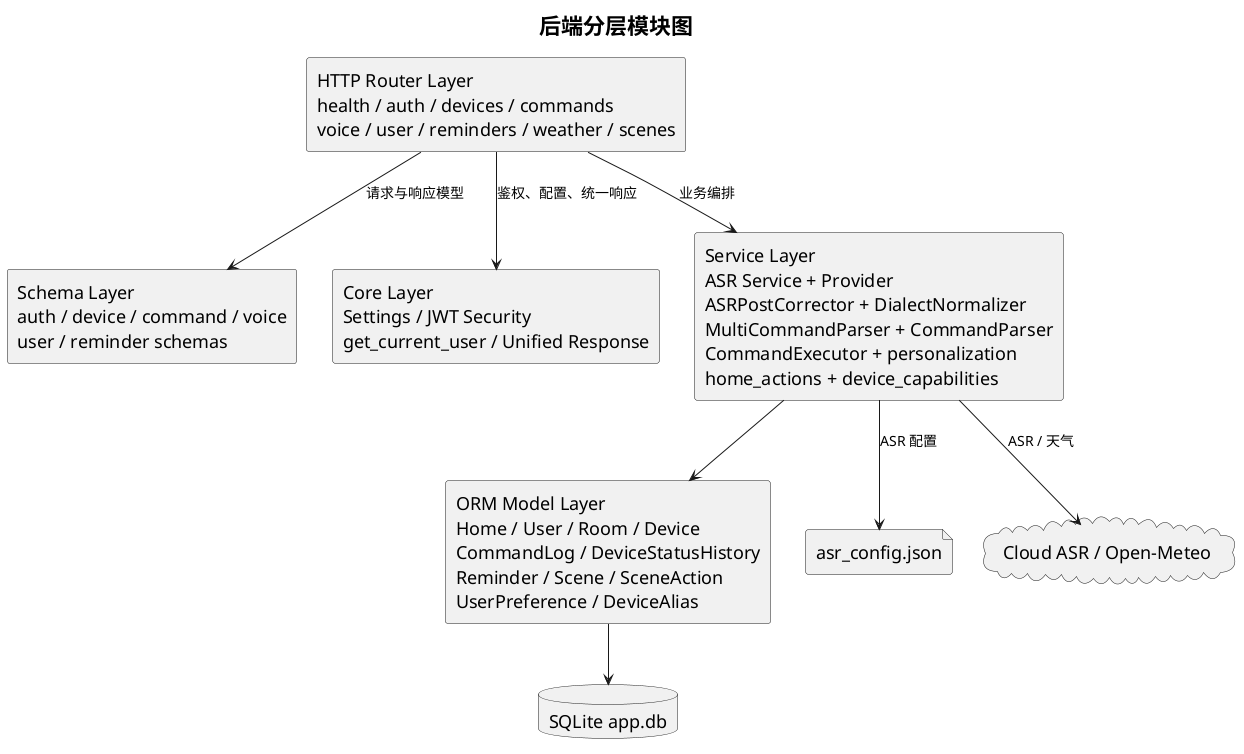
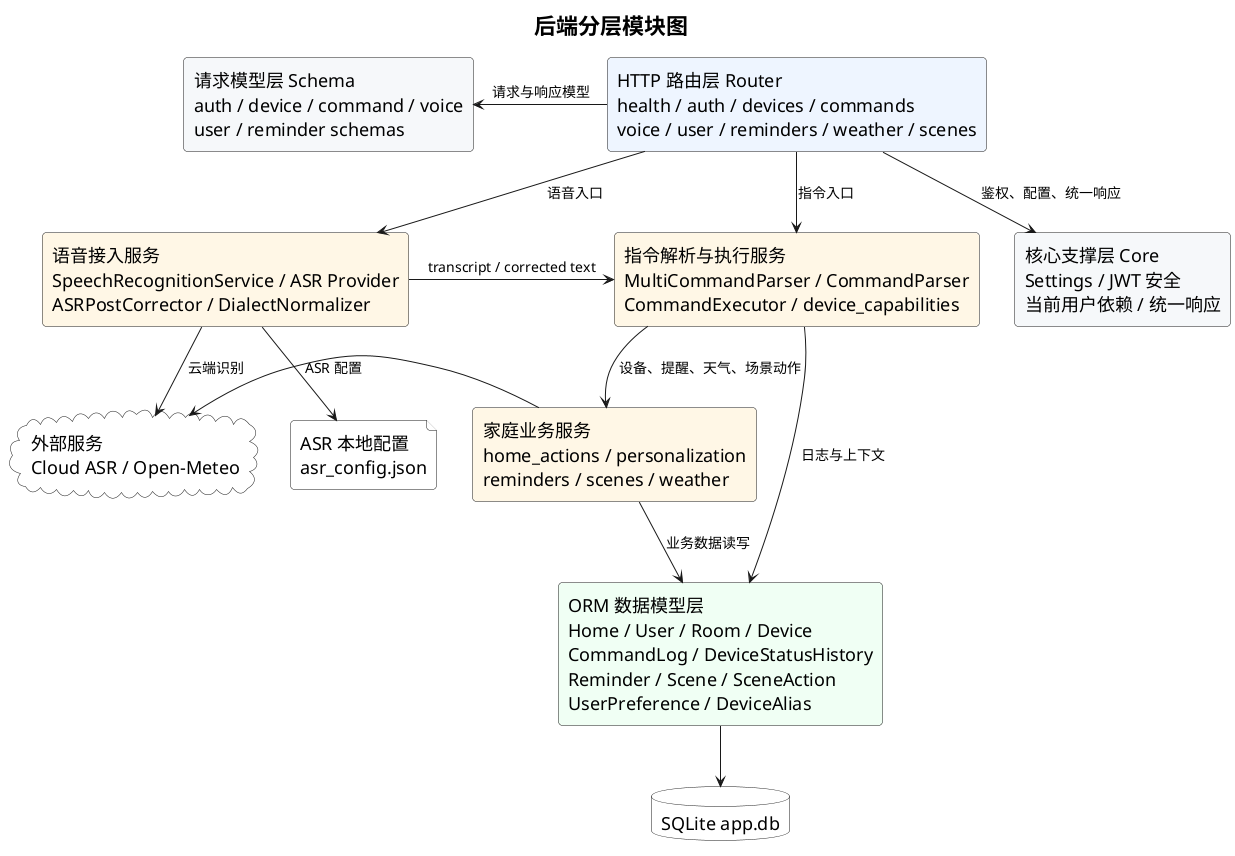
@startuml
title 后端分层模块图
top to bottom direction
skinparam componentStyle rectangle
skinparam packageStyle rectangle
skinparam shadowing false
skinparam defaultFontSize 18
skinparam titleFontSize 22
skinparam ArrowFontSize 14
skinparam packageFontSize 18
+ skinparam roundcorner 8

- rectangle "HTTP Router Layer\nhealth / auth / devices / commands\nvoice / user / reminders / weather / scenes" as Router
- rectangle "Schema Layer\nauth / device / command / voice\nuser / reminder schemas" as Schema
- rectangle "Core Layer\nSettings / JWT Security\nget_current_user / Unified Response" as Core
- rectangle "Service Layer\nASR Service + Provider\nASRPostCorrector + DialectNormalizer\nMultiCommandParser + CommandParser\nCommandExecutor + personalization\nhome_actions + device_capabilities" as Service
- rectangle "ORM Model Layer\nHome / User / Room / Device\nCommandLog / DeviceStatusHistory\nReminder / Scene / SceneAction\nUserPreference / DeviceAlias" as Model
- database "SQLite app.db" as DB
- file "asr_config.json" as ConfigFile
- cloud "Cloud ASR / Open-Meteo" as External
+ rectangle "HTTP 路由层 Router\nhealth / auth / devices / commands\nvoice / user / reminders / weather / scenes" as Router #EEF5FF
+ rectangle "请求模型层 Schema\nauth / device / command / voice\nuser / reminder schemas" as Schema #F6F8FA
+ rectangle "核心支撑层 Core\nSettings / JWT 安全\n当前用户依赖 / 统一响应" as Core #F6F8FA

- Router --> Schema : 请求与响应模型
- Router --> Core : 鉴权、配置、统一响应
- Router --> Service : 业务编排
- Service --> Model
- Model --> DB
- Service --> ConfigFile : ASR 配置
- Service --> External : ASR / 天气
+ rectangle "语音接入服务\nSpeechRecognitionService / ASR Provider\nASRPostCorrector / DialectNormalizer" as VoiceService #FFF7E6
+ rectangle "指令解析与执行服务\nMultiCommandParser / CommandParser\nCommandExecutor / device_capabilities" as CommandService #FFF7E6
+ rectangle "家庭业务服务\nhome_actions / personalization\nreminders / scenes / weather" as HomeService #FFF7E6
+ 
+ rectangle "ORM 数据模型层\nHome / User / Room / Device\nCommandLog / DeviceStatusHistory\nReminder / Scene / SceneAction\nUserPreference / DeviceAlias" as Model #F0FFF4
+ database "SQLite app.db" as DB #FFFFFF
+ file "ASR 本地配置\nasr_config.json" as ConfigFile #FFFFFF
+ cloud "外部服务\nCloud ASR / Open-Meteo" as External #FFFFFF
+ 
+ Router -left-> Schema : 请求与响应模型
+ Router -down-> Core : 鉴权、配置、统一响应
+ Router -down-> VoiceService : 语音入口
+ Router -right-> CommandService : 指令入口
+ CommandService -down-> HomeService : 设备、提醒、天气、场景动作
+ VoiceService -right-> CommandService : transcript / corrected text
+ VoiceService -down-> ConfigFile : ASR 配置
+ VoiceService -down-> External : 云端识别
+ HomeService -down-> Model : 业务数据读写
+ CommandService -down-> Model : 日志与上下文
+ HomeService -left-> External
+ Model -down-> DB
@enduml
